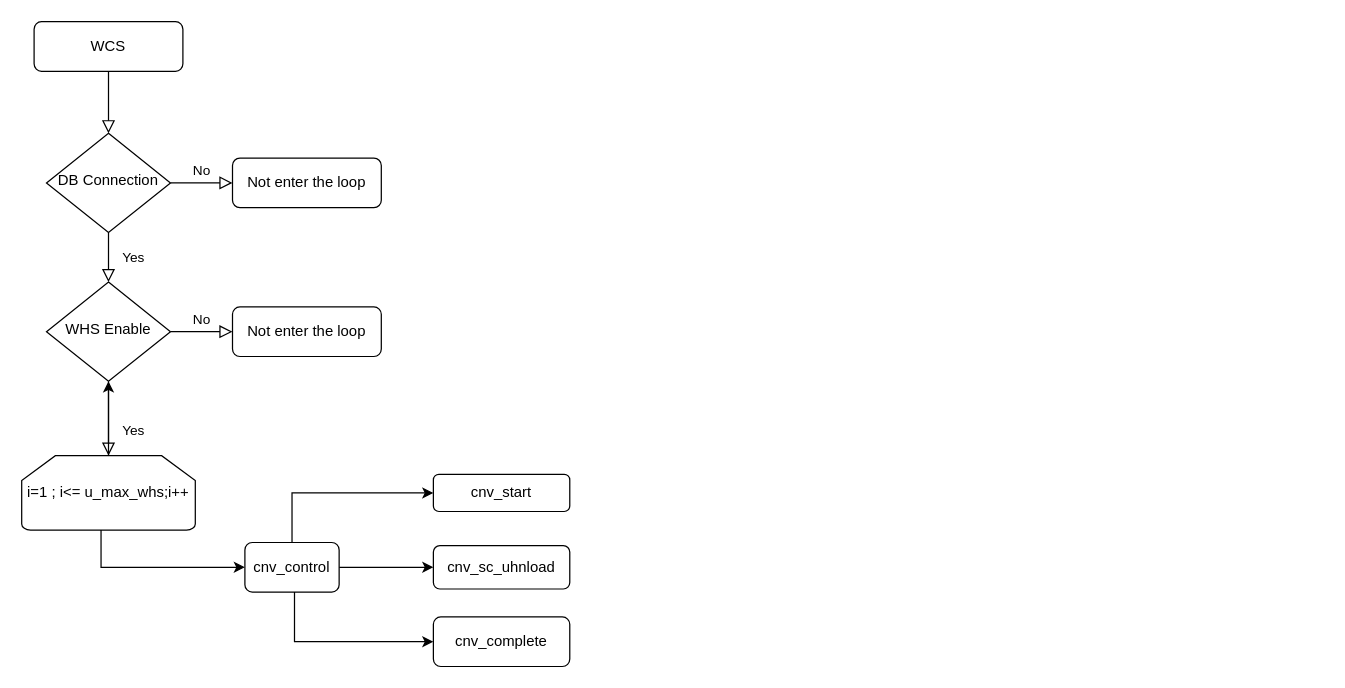
Before: WCScontrol.drawio in hjee02018/UML, a draw.io diagram. Source tidied: cells renumbered, new cells numbered last; positions are measured from the earlier drawing's top-left corner, leaving out a move shared by most shapes. Both pictures are drawn from the tidied source at 124%, with x=0, y=0 at pixel (21, 21).
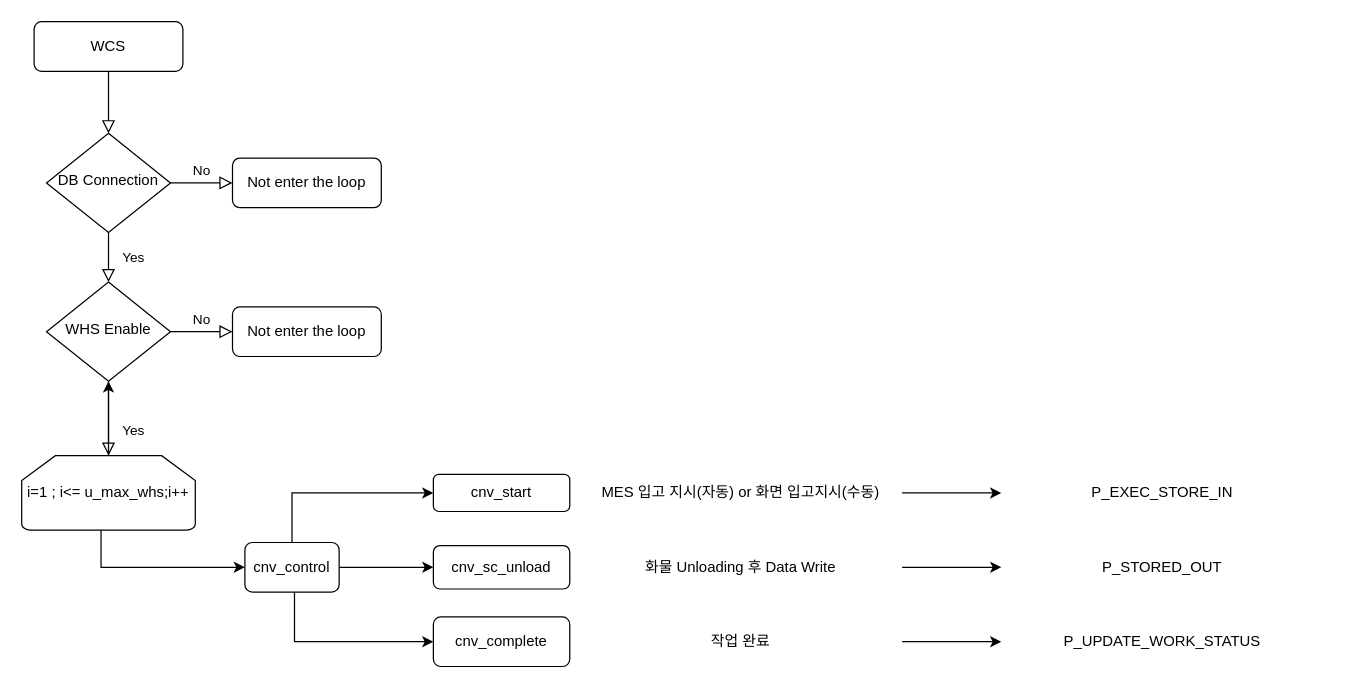
The same page after the edit.

Diff of the diagram source:
```diff
@@
-    <mxCell id="20" value="cnv_sc_uhnload" style="whiteSpace=wrap;html=1;rounded=1;strokeWidth=1;" parent="1" vertex="1">
+    <mxCell id="20" value="cnv_sc_unload" style="whiteSpace=wrap;html=1;rounded=1;strokeWidth=1;" parent="1" vertex="1">
       <mxGeometry x="332" y="422.5" width="110" height="35" as="geometry" />
     </mxCell>
@@
+    <mxCell id="22" style="edgeStyle=orthogonalEdgeStyle;rounded=0;jettySize=auto;html=1;" parent="1" edge="1" source="23" target="24">
+      <mxGeometry relative="1" as="geometry" />
+    </mxCell>
+    <mxCell id="23" value="MES 입고 지시(자동) or 화면 입고지시(수동)" style="text;html=1;align=center;verticalAlign=middle;whiteSpace=wrap;rounded=0;" parent="1" vertex="1">
+      <mxGeometry x="450" y="365" width="260" height="30" as="geometry" />
+    </mxCell>
+    <mxCell id="24" value="P_EXEC_STORE_IN" style="text;html=1;align=center;verticalAlign=middle;whiteSpace=wrap;rounded=0;" parent="1" vertex="1">
+      <mxGeometry x="790" y="365" width="260" height="30" as="geometry" />
+    </mxCell>
+    <mxCell id="25" style="edgeStyle=orthogonalEdgeStyle;rounded=0;jettySize=auto;html=1;" parent="1" edge="1" source="26" target="27">
+      <mxGeometry relative="1" as="geometry" />
+    </mxCell>
+    <mxCell id="26" value="화물 Unloading 후 Data Write" style="text;html=1;align=center;verticalAlign=middle;whiteSpace=wrap;rounded=0;" parent="1" vertex="1">
+      <mxGeometry x="450" y="425" width="260" height="30" as="geometry" />
+    </mxCell>
+    <mxCell id="27" value="P_STORED_OUT" style="text;html=1;align=center;verticalAlign=middle;whiteSpace=wrap;rounded=0;" parent="1" vertex="1">
+      <mxGeometry x="790" y="425" width="260" height="30" as="geometry" />
+    </mxCell>
+    <mxCell id="28" style="edgeStyle=orthogonalEdgeStyle;rounded=0;jettySize=auto;html=1;" parent="1" edge="1" source="29" target="30">
+      <mxGeometry relative="1" as="geometry" />
+    </mxCell>
+    <mxCell id="29" value="작업 완료" style="text;html=1;align=center;verticalAlign=middle;whiteSpace=wrap;rounded=0;" parent="1" vertex="1">
+      <mxGeometry x="450" y="485" width="260" height="30" as="geometry" />
+    </mxCell>
+    <mxCell id="30" value="P_UPDATE_WORK_STATUS" style="text;html=1;align=center;verticalAlign=middle;whiteSpace=wrap;rounded=0;" parent="1" vertex="1">
+      <mxGeometry x="790" y="485" width="260" height="30" as="geometry" />
+    </mxCell>
```
